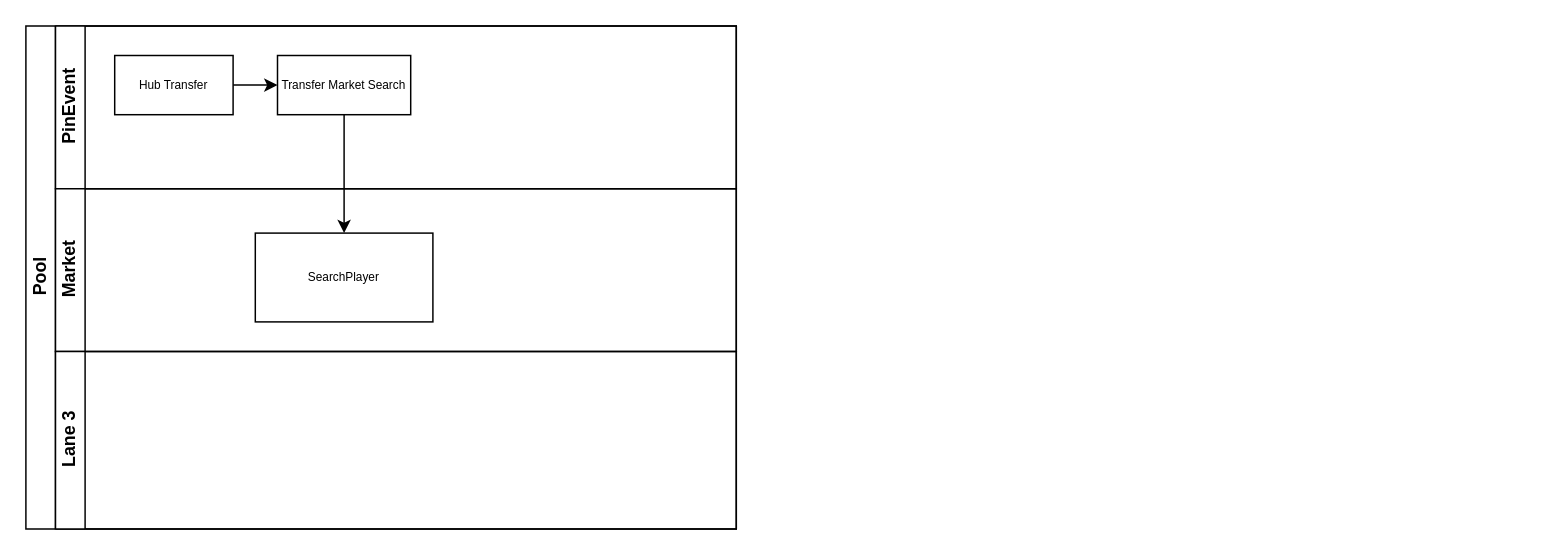
This is page "Snipe" (2 of 2) of Api Diagram.drawio from marco181818/fifa_uml, a draw.io file, before an edit. Source tidied: cells renumbered, new cells numbered last; positions are measured from the earlier drawing's top-left corner, leaving out a move shared by most shapes. Both pictures are drawn from the tidied source at 148%, with x=0, y=0 at pixel (25, 25).
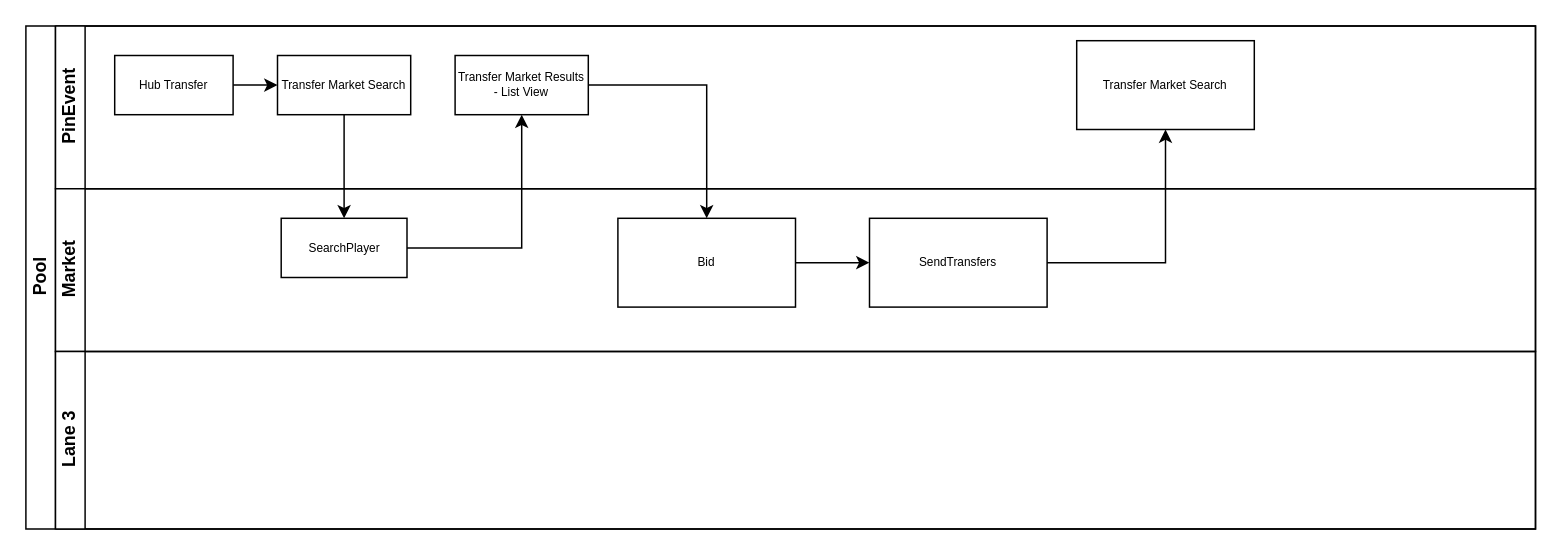
Above is the later version.

The edit, as a diff of the source:
```diff
@@
 <mxGraphModel>
   <root>
     <mxCell id="0" />
     <mxCell id="1" parent="0" />
     <mxCell id="2" value="Pool" style="swimlane;horizontal=0;startSize=20;html=1;" parent="1" vertex="1">
-      <mxGeometry width="480" height="340" as="geometry" />
+      <mxGeometry width="1020" height="340" as="geometry" />
     </mxCell>
     <mxCell id="3" value="PinEvent" style="swimlane;startSize=20;horizontal=0;html=1;" parent="2" vertex="1">
-      <mxGeometry x="20" width="460" height="110" as="geometry" />
+      <mxGeometry x="20" width="1000" height="110" as="geometry" />
     </mxCell>
     <mxCell id="4" style="edgeStyle=orthogonalEdgeStyle;rounded=0;jettySize=auto;html=1;" parent="3" edge="1" source="5" target="6">
       <mxGeometry relative="1" as="geometry" />
     </mxCell>
     <mxCell id="5" value="Hub Transfer" style="whiteSpace=wrap;html=1;fontSize=8;" parent="3" vertex="1">
       <mxGeometry x="40" y="20" width="80" height="40" as="geometry" />
     </mxCell>
     <mxCell id="6" value="Transfer Market Search" style="whiteSpace=wrap;html=1;fontSize=8;" parent="3" vertex="1">
       <mxGeometry x="150" y="20" width="90" height="40" as="geometry" />
     </mxCell>
+    <mxCell id="11" value="Transfer Market Results - List View" style="whiteSpace=wrap;html=1;fontSize=8;" parent="3" vertex="1">
+      <mxGeometry x="270" y="20" width="90" height="40" as="geometry" />
+    </mxCell>
+    <mxCell id="12" value="Transfer Market Search" style="whiteSpace=wrap;html=1;fontSize=8;" parent="3" vertex="1">
+      <mxGeometry x="690" y="10" width="120" height="60" as="geometry" />
+    </mxCell>
     <mxCell id="7" value="Market" style="swimlane;startSize=20;horizontal=0;html=1;" parent="2" vertex="1">
-      <mxGeometry x="20" y="110" width="460" height="110" as="geometry" />
+      <mxGeometry x="20" y="110" width="1000" height="110" as="geometry" />
     </mxCell>
     <mxCell id="8" value="SearchPlayer" style="whiteSpace=wrap;html=1;fontSize=8;" parent="7" vertex="1">
-      <mxGeometry x="135" y="30" width="120" height="60" as="geometry" />
+      <mxGeometry x="152.5" y="20" width="85" height="40" as="geometry" />
     </mxCell>
+    <mxCell id="13" style="edgeStyle=orthogonalEdgeStyle;rounded=0;jettySize=auto;html=1;" parent="7" edge="1" source="14" target="15">
+      <mxGeometry relative="1" as="geometry" />
+    </mxCell>
+    <mxCell id="14" value="Bid" style="whiteSpace=wrap;html=1;fontSize=8;" parent="7" vertex="1">
+      <mxGeometry x="380" y="20" width="120" height="60" as="geometry" />
+    </mxCell>
+    <mxCell id="15" value="SendTransfers" style="whiteSpace=wrap;html=1;fontSize=8;" parent="7" vertex="1">
+      <mxGeometry x="550" y="20" width="120" height="60" as="geometry" />
+    </mxCell>
     <mxCell id="9" value="Lane 3" style="swimlane;startSize=20;horizontal=0;html=1;" parent="2" vertex="1">
-      <mxGeometry x="20" y="220" width="460" height="120" as="geometry" />
+      <mxGeometry x="20" y="220" width="1000" height="120" as="geometry" />
     </mxCell>
     <mxCell id="10" style="edgeStyle=orthogonalEdgeStyle;rounded=0;jettySize=auto;html=1;" parent="2" edge="1" source="6" target="8">
       <mxGeometry relative="1" as="geometry" />
     </mxCell>
+    <mxCell id="16" style="edgeStyle=orthogonalEdgeStyle;rounded=0;jettySize=auto;html=1;" parent="2" edge="1" source="8" target="11">
+      <mxGeometry relative="1" as="geometry" />
+    </mxCell>
+    <mxCell id="17" style="edgeStyle=orthogonalEdgeStyle;rounded=0;jettySize=auto;html=1;" parent="2" edge="1" source="11" target="14">
+      <mxGeometry relative="1" as="geometry" />
+    </mxCell>
+    <mxCell id="18" style="edgeStyle=orthogonalEdgeStyle;rounded=0;jettySize=auto;html=1;" parent="2" edge="1" source="15" target="12">
+      <mxGeometry relative="1" as="geometry" />
+    </mxCell>
   </root>
 </mxGraphModel>
```
